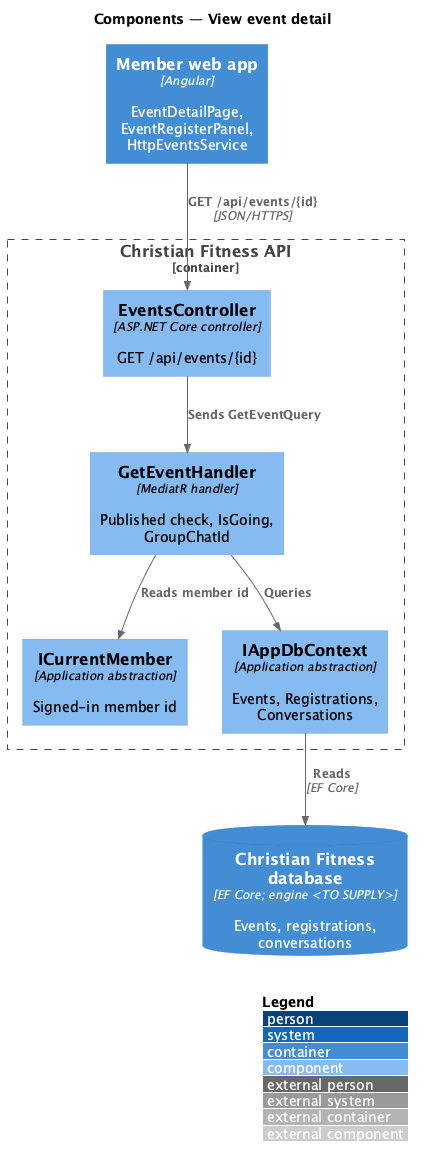
Earlier version of the PlantUML export docs/detailed-designs/events/view-event-detail/diagrams/c4-component.png (QuinntyneBrown/christian-fitness). Source of this version:
```plantuml
@startuml
!include <C4/C4_Component>
LAYOUT_WITH_LEGEND()
title Components — View event detail

Container(web, "Member web app", "Angular", "EventDetailPage, EventRegisterPanel, HttpEventsService")
Container_Boundary(api, "Christian Fitness API") {
  Component(ctrl, "EventsController", "ASP.NET Core controller", "GET /api/events/{id}")
  Component(h, "GetEventHandler", "MediatR handler", "Published check, IsGoing, GroupChatId")
  Component(user, "ICurrentMember", "Application abstraction", "Signed-in member id")
  Component(ctx, "IAppDbContext", "Application abstraction", "Events, Registrations, Conversations")
}
ContainerDb(db, "Christian Fitness database", "EF Core; engine <TO SUPPLY>", "Events, registrations, conversations")
Rel(web, ctrl, "GET /api/events/{id}", "JSON/HTTPS")
Rel(ctrl, h, "Sends GetEventQuery")
Rel(h, user, "Reads member id")
Rel(h, ctx, "Queries")
Rel(ctx, db, "Reads", "EF Core")
@enduml
```
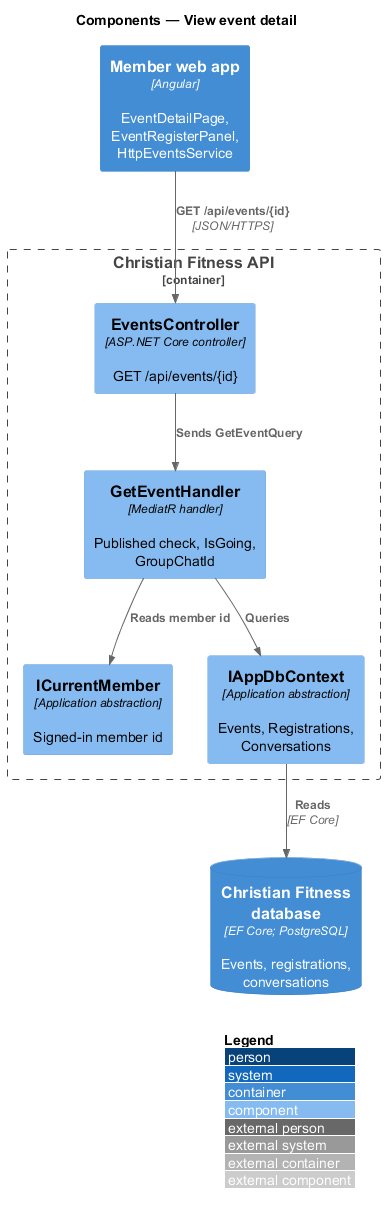
Above is the later version.

The edit, as a diff of the source:
```diff
@@ -10,7 +10,7 @@
   Component(user, "ICurrentMember", "Application abstraction", "Signed-in member id")
   Component(ctx, "IAppDbContext", "Application abstraction", "Events, Registrations, Conversations")
 }
-ContainerDb(db, "Christian Fitness database", "EF Core; engine <TO SUPPLY>", "Events, registrations, conversations")
+ContainerDb(db, "Christian Fitness database", "EF Core; PostgreSQL", "Events, registrations, conversations")
 Rel(web, ctrl, "GET /api/events/{id}", "JSON/HTTPS")
 Rel(ctrl, h, "Sends GetEventQuery")
 Rel(h, user, "Reads member id")
```
